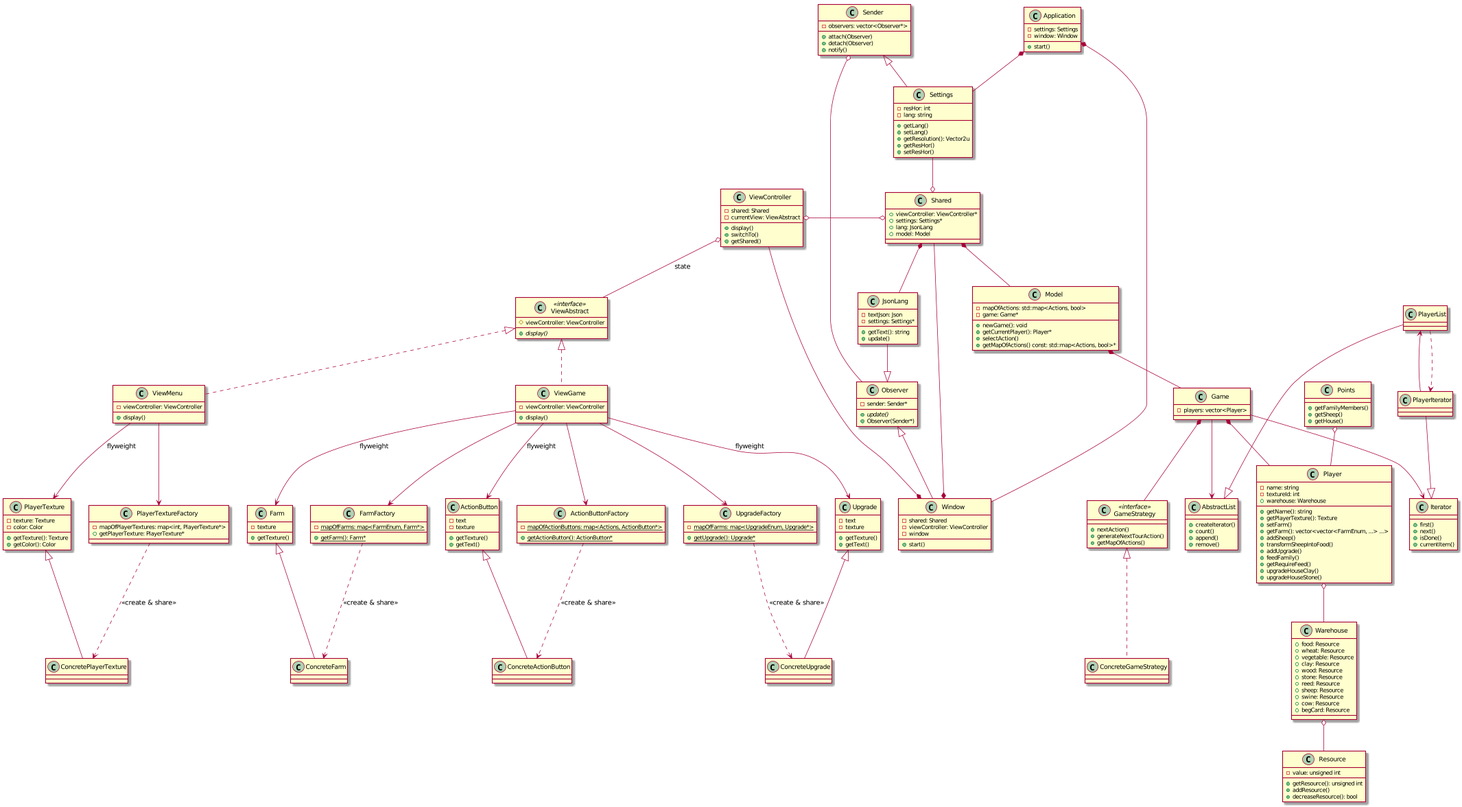
This is docs/UML/ClassUML.png from ArturBa/AlmostAgricola, a PlantUML export, as it was before one commit.
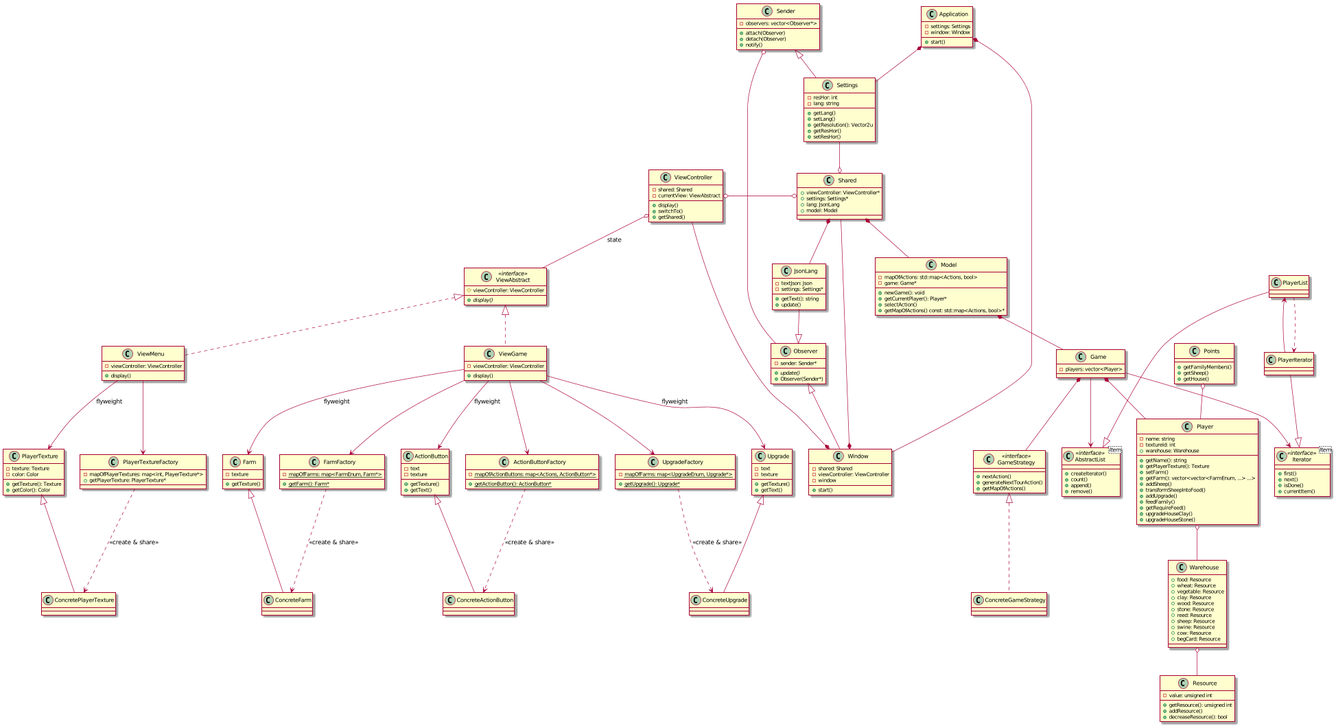
After the change.

The edit, as a diff of the source:
```diff
@@ -197,14 +197,14 @@
     + getHouse()
 }
 
-class AbstractList {
+class AbstractList <Item> <<interface>> {
     + createIterator()
     + count()
     + append()
     + remove()
 }
 
-class Iterator {
+class Iterator <Item> <<interface>> {
     + first()
     + next()
     + isDone()
```
